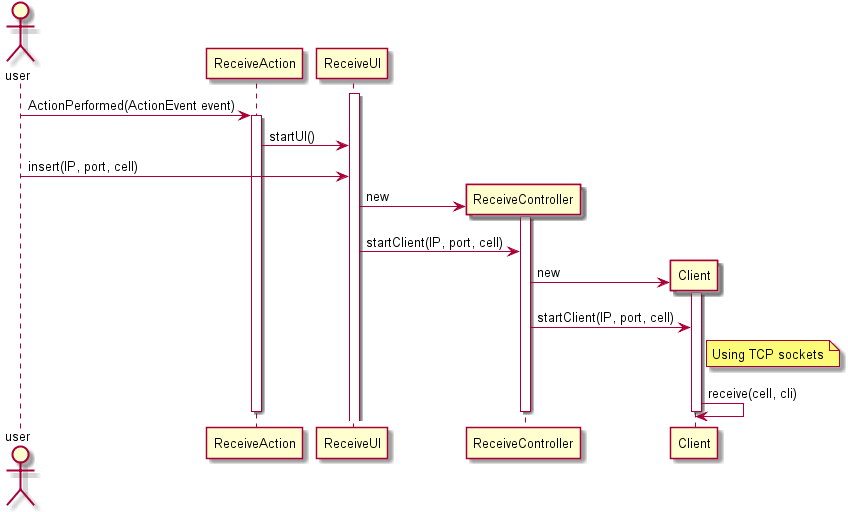
Before: docs/1100859/rail5_w1/diagrams/sd_receive_client.png, a diagram exported from PlantUML (askpt/LAPR4).
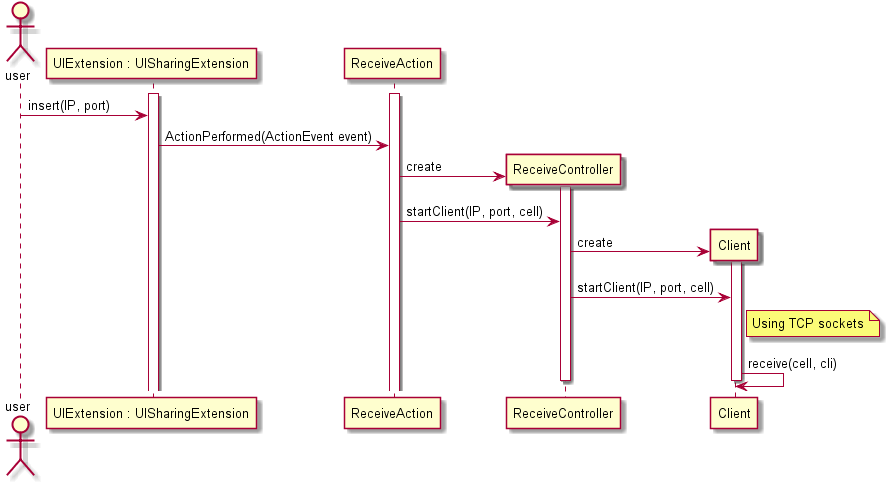
The same file after the commit.

Change to the diagram source:
```diff
@@ -1,24 +1,23 @@
 @startuml doc-files/sd_receive_client.png
 
 actor user as us
+participant "UIExtension : UISharingExtension" as rui
 participant ReceiveAction as ra
-participant ReceiveUI as rui
 participant ReceiveController as rc
 participant Client as cli
 
 activate rui
-us -> ra : ActionPerformed(ActionEvent event)
 activate ra
-ra -> rui : startUI()
-us -> rui : insert(IP, port, cell)
+us -> rui : insert(IP, port)
+rui -> ra : ActionPerformed(ActionEvent event)
 Create rc
-rui -> rc : new
+ra -> rc : create
 activate rc
-rui -> rc : startClient(IP, port, cell)
+ra -> rc : startClient(IP, port, cell)
 
 Create cli
 
-rc -> cli : new
+rc -> cli : create
 activate cli
 rc -> cli : startClient(IP, port, cell)
 note right cli
@@ -27,6 +26,5 @@
 cli -> cli : receive(cell, cli)
 deactivate cli
 deactivate rc
-deactivate ra
 
 @enduml
```
